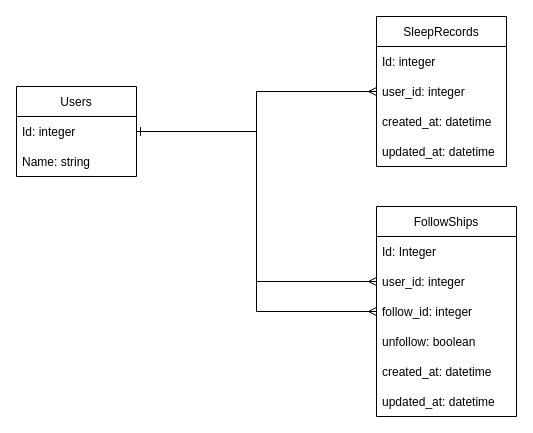
LaichuLai/draw_io keeps this draw.io diagram as goodnight_tables.drawio. Above is the earlier version. Source tidied: cells renumbered, new cells numbered last; positions are measured from the earlier drawing's top-left corner, leaving out a move shared by most shapes. Both pictures are drawn from the tidied source at 100%, with x=0, y=0 at pixel (16, 16).
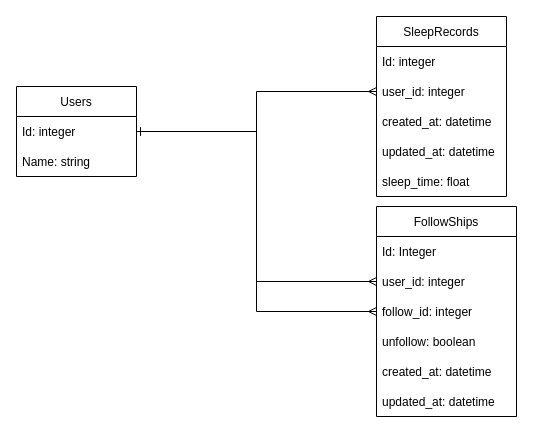
The same diagram, later.

What changed in the source:
```diff
@@
     <mxCell id="5" value="SleepRecords" style="swimlane;fontStyle=0;horizontal=1;startSize=30;" parent="1" vertex="1">
-      <mxGeometry x="360" width="130" height="150" as="geometry" />
+      <mxGeometry x="360" width="130" height="180" as="geometry" />
     </mxCell>
@@
+    <mxCell id="20" value="sleep_time: float" style="text;strokeColor=none;fillColor=none;align=left;verticalAlign=middle;spacingLeft=4;spacingRight=4;overflow=hidden;" parent="5" vertex="1">
+      <mxGeometry y="150" width="130" height="30" as="geometry" />
+    </mxCell>
```
